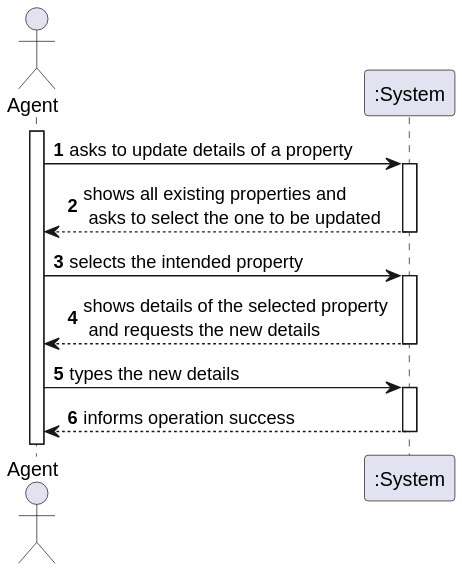
This is docs/Sprint3/US40/US40-SSD.svg from goncalomaia18/leti-esoft-24-25-A2, a PlantUML export, as it was before one commit.
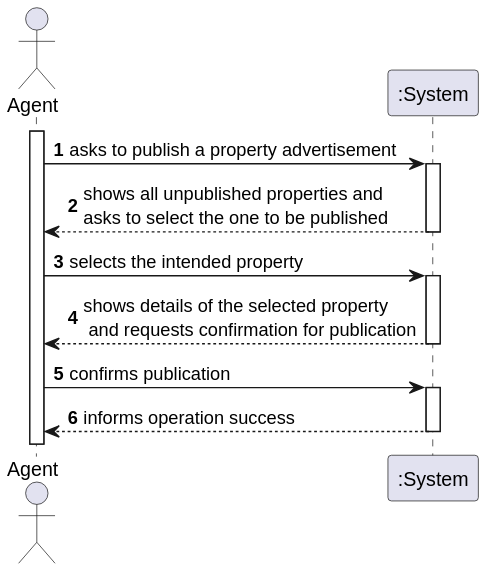
After the commit.

Diff of the diagram source:
```diff
@@ -8,12 +8,12 @@
 
 activate Agent
 
-Agent -> System: asks to update details of a property
-System --> Agent: shows all existing properties and \n asks to select the one to be updated
+Agent -> System: asks to publish a property advertisement
+System --> Agent: shows all unpublished properties and \nasks to select the one to be published
 
 Agent -> System: selects the intended property
-System --> Agent: shows details of the selected property \n and requests the new details
+System --> Agent: shows details of the selected property \n and requests confirmation for publication
 
-Agent -> System: types the new details
+Agent -> System: confirms publication
 System --> Agent: informs operation success
 @enduml
```
